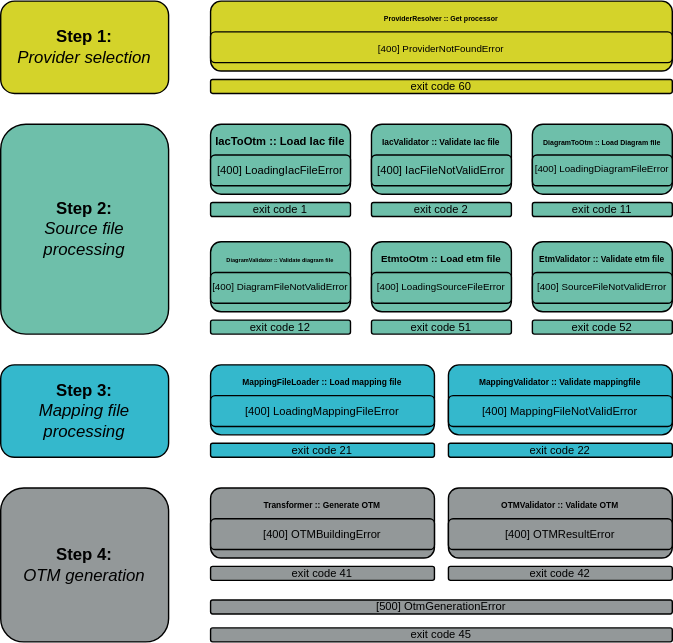
iriusrisk/startleft keeps this draw.io diagram as docs/development/img/conversion-steps.svg. Above is the earlier version. Source tidied: cells renumbered, new cells last; positions are measured from the earlier drawing's top-left corner, leaving out a move shared by most shapes.
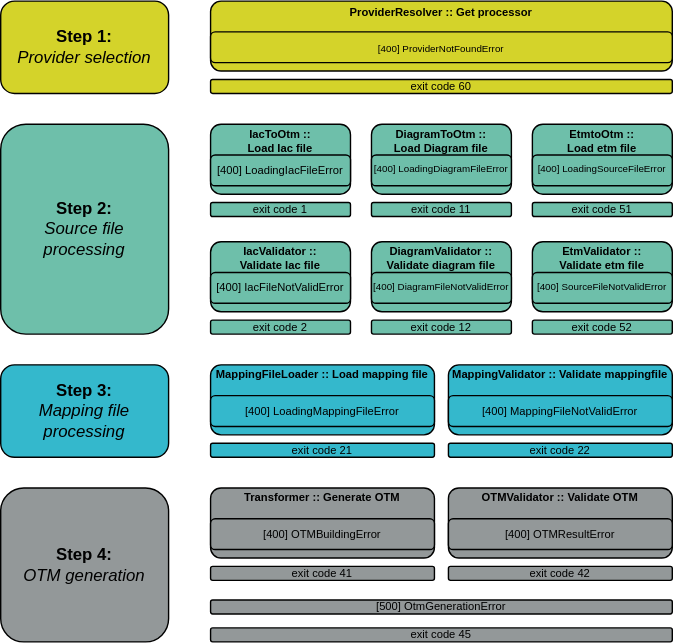
Later version of the same file.

The edit, as a diff of the source:
```diff
@@ -14,61 +14,61 @@
     <mxCell id="5" value="&lt;b style=&quot;border-color: var(--border-color); color: rgb(0, 0, 0); font-family: Helvetica; font-size: 12px; font-style: normal; font-variant-ligatures: normal; font-variant-caps: normal; letter-spacing: normal; orphans: 2; text-align: center; text-indent: 0px; text-transform: none; widows: 2; word-spacing: 0px; -webkit-text-stroke-width: 0px; text-decoration-thickness: initial; text-decoration-style: initial; text-decoration-color: initial;&quot;&gt;Step 4:&lt;/b&gt;&lt;br style=&quot;border-color: var(--border-color); color: rgb(0, 0, 0); font-family: Helvetica; font-size: 12px; font-style: normal; font-variant-ligatures: normal; font-variant-caps: normal; font-weight: 400; letter-spacing: normal; orphans: 2; text-align: center; text-indent: 0px; text-transform: none; widows: 2; word-spacing: 0px; -webkit-text-stroke-width: 0px; text-decoration-thickness: initial; text-decoration-style: initial; text-decoration-color: initial;&quot;&gt;&lt;i style=&quot;border-color: var(--border-color); color: rgb(0, 0, 0); font-family: Helvetica; font-size: 12px; font-variant-ligatures: normal; font-variant-caps: normal; font-weight: 400; letter-spacing: normal; orphans: 2; text-align: center; text-indent: 0px; text-transform: none; widows: 2; word-spacing: 0px; -webkit-text-stroke-width: 0px; text-decoration-thickness: initial; text-decoration-style: initial; text-decoration-color: initial;&quot;&gt;OTM generation&lt;/i&gt;" style="rounded=1;whiteSpace=wrap;html=1;fillColor=#939899;labelBackgroundColor=none;" parent="1" vertex="1">
       <mxGeometry y="348" width="120" height="110" as="geometry" />
     </mxCell>
-    <mxCell id="6" value="&lt;font style=&quot;font-size: 5px;&quot;&gt;&lt;b&gt;ProviderResolver&amp;nbsp;:: Get processor&lt;br&gt;&lt;br&gt;&lt;br&gt;&lt;/b&gt;&lt;/font&gt;" style="rounded=1;whiteSpace=wrap;html=1;fillColor=#D4D32A;" parent="1" vertex="1">
+    <mxCell id="6" value="&lt;font style=&quot;font-size: 8px;&quot;&gt;&lt;b style=&quot;font-size: 8px;&quot;&gt;ProviderResolver&amp;nbsp;:: Get processor&lt;br style=&quot;font-size: 8px;&quot;&gt;&lt;/b&gt;&lt;/font&gt;" style="rounded=1;whiteSpace=wrap;html=1;fillColor=#D4D32A;verticalAlign=top;spacing=-1;fontSize=8;" parent="1" vertex="1">
       <mxGeometry x="150" width="330" height="50" as="geometry" />
     </mxCell>
-    <mxCell id="7" value="&lt;font style=&quot;font-size: 7px;&quot;&gt;[400] ProviderNotFoundError&lt;br&gt;&lt;/font&gt;" style="rounded=1;whiteSpace=wrap;html=1;fillColor=#D4D32A;" parent="1" vertex="1">
+    <mxCell id="7" value="&lt;font style=&quot;font-size: 7px;&quot;&gt;[400] ProviderNotFoundError&lt;br&gt;&lt;/font&gt;" style="rounded=1;whiteSpace=wrap;html=1;fillColor=#D4D32A;spacing=0;" parent="1" vertex="1">
       <mxGeometry x="150" y="22" width="330" height="22" as="geometry" />
     </mxCell>
     <mxCell id="8" value="&lt;font style=&quot;font-size: 8px;&quot;&gt;exit code 1&lt;/font&gt;" style="rounded=1;whiteSpace=wrap;html=1;verticalAlign=middle;labelPosition=center;verticalLabelPosition=middle;align=center;horizontal=1;fontSize=8;fillColor=#6EBFAA;flipH=1;" parent="1" vertex="1">
       <mxGeometry x="150" y="144" width="100" height="10" as="geometry" />
     </mxCell>
-    <mxCell id="9" value="&lt;font style=&quot;font-size: 8px;&quot;&gt;&lt;b&gt;IacToOtm :: Load Iac file&lt;br&gt;&lt;br&gt;&lt;br&gt;&lt;/b&gt;&lt;/font&gt;" style="rounded=1;whiteSpace=wrap;html=1;fillColor=#6EBFAA;flipH=1;" parent="1" vertex="1">
+    <mxCell id="9" value="&lt;font style=&quot;font-size: 8px;&quot;&gt;&lt;b style=&quot;font-size: 8px;&quot;&gt;IacToOtm :: &lt;br&gt;Load Iac file&lt;br style=&quot;font-size: 8px;&quot;&gt;&lt;/b&gt;&lt;/font&gt;" style="rounded=1;whiteSpace=wrap;html=1;fillColor=#6EBFAA;flipH=1;verticalAlign=top;fontSize=8;spacing=-2;" parent="1" vertex="1">
       <mxGeometry x="150" y="88" width="100" height="50" as="geometry" />
     </mxCell>
     <mxCell id="10" value="&lt;font style=&quot;font-size: 8px;&quot;&gt;[400] LoadingIacFileError&lt;br style=&quot;font-size: 8px;&quot;&gt;&lt;/font&gt;" style="rounded=1;whiteSpace=wrap;html=1;fontSize=8;fillColor=#6EBFAA;flipH=1;" parent="1" vertex="1">
       <mxGeometry x="150" y="110" width="100" height="22" as="geometry" />
     </mxCell>
     <mxCell id="11" value="&lt;font style=&quot;font-size: 8px;&quot;&gt;exit code 2&lt;/font&gt;" style="rounded=1;whiteSpace=wrap;html=1;verticalAlign=middle;labelPosition=center;verticalLabelPosition=middle;align=center;horizontal=1;fontSize=8;fillColor=#6EBFAA;flipH=1;" parent="1" vertex="1">
-      <mxGeometry x="265" y="144" width="100" height="10" as="geometry" />
+      <mxGeometry x="150" y="228" width="100" height="10" as="geometry" />
     </mxCell>
-    <mxCell id="12" value="&lt;font style=&quot;font-size: 6px;&quot;&gt;&lt;b&gt;IacValidator :: Validate Iac file&lt;br&gt;&lt;br&gt;&lt;br&gt;&lt;/b&gt;&lt;/font&gt;" style="rounded=1;whiteSpace=wrap;html=1;fillColor=#6EBFAA;flipH=1;" parent="1" vertex="1">
-      <mxGeometry x="265" y="88" width="100" height="50" as="geometry" />
+    <mxCell id="12" value="&lt;font style=&quot;font-size: 8px;&quot;&gt;&lt;b style=&quot;font-size: 8px;&quot;&gt;IacValidator :: &lt;br&gt;Validate Iac file&lt;br style=&quot;font-size: 8px;&quot;&gt;&lt;/b&gt;&lt;/font&gt;" style="rounded=1;whiteSpace=wrap;html=1;fillColor=#6EBFAA;flipH=1;fontSize=8;verticalAlign=top;spacing=-2;" parent="1" vertex="1">
+      <mxGeometry x="150" y="172" width="100" height="50" as="geometry" />
     </mxCell>
     <mxCell id="13" value="&lt;font style=&quot;font-size: 8px;&quot;&gt;[400] IacFileNotValidError&lt;br style=&quot;font-size: 8px;&quot;&gt;&lt;/font&gt;" style="rounded=1;whiteSpace=wrap;html=1;fontSize=8;fillColor=#6EBFAA;flipH=1;" parent="1" vertex="1">
-      <mxGeometry x="265" y="110" width="100" height="22" as="geometry" />
+      <mxGeometry x="150" y="194" width="100" height="22" as="geometry" />
     </mxCell>
-    <mxCell id="14" value="&lt;font style=&quot;font-size: 5px;&quot;&gt;&lt;b&gt;DiagramToOtm :: Load Diagram file&lt;br&gt;&lt;br&gt;&lt;br&gt;&lt;/b&gt;&lt;/font&gt;" style="rounded=1;whiteSpace=wrap;html=1;fillColor=#6EBFAA;flipH=1;" parent="1" vertex="1">
-      <mxGeometry x="380" y="88" width="100" height="50" as="geometry" />
+    <mxCell id="14" value="&lt;font style=&quot;font-size: 8px;&quot;&gt;&lt;b style=&quot;font-size: 8px;&quot;&gt;DiagramToOtm :: &lt;br&gt;Load Diagram file&lt;br style=&quot;font-size: 8px;&quot;&gt;&lt;/b&gt;&lt;/font&gt;" style="rounded=1;whiteSpace=wrap;html=1;fillColor=#6EBFAA;flipH=1;fontSize=8;verticalAlign=top;spacing=-2;" parent="1" vertex="1">
+      <mxGeometry x="265" y="88" width="100" height="50" as="geometry" />
     </mxCell>
     <mxCell id="15" value="&lt;font style=&quot;font-size: 7px;&quot;&gt;[400] LoadingDiagramFileError&lt;br style=&quot;font-size: 7px;&quot;&gt;&lt;/font&gt;" style="rounded=1;whiteSpace=wrap;html=1;fontSize=7;fillColor=#6EBFAA;flipH=1;" parent="1" vertex="1">
-      <mxGeometry x="380" y="110" width="100" height="22" as="geometry" />
+      <mxGeometry x="265" y="110" width="100" height="22" as="geometry" />
     </mxCell>
-    <mxCell id="16" value="&lt;font style=&quot;font-size: 4px;&quot;&gt;&lt;b&gt;DiagramValidator :: Validate diagram file&lt;br&gt;&lt;br&gt;&lt;br&gt;&lt;/b&gt;&lt;/font&gt;" style="rounded=1;whiteSpace=wrap;html=1;fillColor=#6EBFAA;flipH=1;" parent="1" vertex="1">
-      <mxGeometry x="150" y="172" width="100" height="50" as="geometry" />
+    <mxCell id="16" value="&lt;font style=&quot;font-size: 8px;&quot;&gt;&lt;b style=&quot;font-size: 8px;&quot;&gt;DiagramValidator ::&lt;br&gt;Validate diagram file&lt;br style=&quot;font-size: 8px;&quot;&gt;&lt;/b&gt;&lt;/font&gt;" style="rounded=1;whiteSpace=wrap;html=1;fillColor=#6EBFAA;flipH=1;fontSize=8;verticalAlign=top;spacing=-2;" parent="1" vertex="1">
+      <mxGeometry x="265" y="172" width="100" height="50" as="geometry" />
     </mxCell>
     <mxCell id="17" value="&lt;font style=&quot;font-size: 7px;&quot;&gt;[400] DiagramFileNotValidError&lt;br style=&quot;font-size: 7px;&quot;&gt;&lt;/font&gt;" style="rounded=1;whiteSpace=wrap;html=1;fontSize=7;fillColor=#6EBFAA;flipH=1;" parent="1" vertex="1">
-      <mxGeometry x="150" y="194" width="100" height="22" as="geometry" />
+      <mxGeometry x="265" y="194" width="100" height="22" as="geometry" />
     </mxCell>
     <mxCell id="18" value="&lt;font style=&quot;font-size: 8px;&quot;&gt;exit code 11&lt;/font&gt;" style="rounded=1;whiteSpace=wrap;html=1;verticalAlign=middle;labelPosition=center;verticalLabelPosition=middle;align=center;horizontal=1;fontSize=8;fillColor=#6EBFAA;flipH=1;" parent="1" vertex="1">
-      <mxGeometry x="380" y="144" width="100" height="10" as="geometry" />
+      <mxGeometry x="265" y="144" width="100" height="10" as="geometry" />
     </mxCell>
     <mxCell id="19" value="&lt;font style=&quot;font-size: 8px;&quot;&gt;exit code 12&lt;/font&gt;" style="rounded=1;whiteSpace=wrap;html=1;verticalAlign=middle;labelPosition=center;verticalLabelPosition=middle;align=center;horizontal=1;fontSize=8;fillColor=#6EBFAA;flipH=1;" parent="1" vertex="1">
-      <mxGeometry x="150" y="228" width="100" height="10" as="geometry" />
+      <mxGeometry x="265" y="228" width="100" height="10" as="geometry" />
     </mxCell>
     <mxCell id="20" value="&lt;font style=&quot;font-size: 8px;&quot;&gt;exit code 51&lt;/font&gt;" style="rounded=1;whiteSpace=wrap;html=1;verticalAlign=middle;labelPosition=center;verticalLabelPosition=middle;align=center;horizontal=1;fontSize=8;fillColor=#6EBFAA;flipH=1;" parent="1" vertex="1">
-      <mxGeometry x="265" y="228" width="100" height="10" as="geometry" />
+      <mxGeometry x="380" y="144" width="100" height="10" as="geometry" />
     </mxCell>
     <mxCell id="21" value="&lt;font style=&quot;font-size: 8px;&quot;&gt;exit code 52&lt;/font&gt;" style="rounded=1;whiteSpace=wrap;html=1;verticalAlign=middle;labelPosition=center;verticalLabelPosition=middle;align=center;horizontal=1;fontSize=8;fillColor=#6EBFAA;flipH=1;" parent="1" vertex="1">
       <mxGeometry x="380" y="228" width="100" height="10" as="geometry" />
     </mxCell>
-    <mxCell id="22" value="&lt;font style=&quot;font-size: 7px;&quot;&gt;&lt;b&gt;EtmtoOtm :: Load etm file&lt;br&gt;&lt;br&gt;&lt;br&gt;&lt;/b&gt;&lt;/font&gt;" style="rounded=1;whiteSpace=wrap;html=1;fillColor=#6EBFAA;flipH=1;" parent="1" vertex="1">
-      <mxGeometry x="265" y="172" width="100" height="50" as="geometry" />
+    <mxCell id="22" value="&lt;font style=&quot;font-size: 8px;&quot;&gt;&lt;b style=&quot;font-size: 8px;&quot;&gt;EtmtoOtm :: &lt;br&gt;Load etm file&lt;br style=&quot;font-size: 8px;&quot;&gt;&lt;br style=&quot;font-size: 8px;&quot;&gt;&lt;br style=&quot;font-size: 8px;&quot;&gt;&lt;/b&gt;&lt;/font&gt;" style="rounded=1;whiteSpace=wrap;html=1;fillColor=#6EBFAA;flipH=1;fontSize=8;verticalAlign=top;spacing=-2;" parent="1" vertex="1">
+      <mxGeometry x="380" y="88" width="100" height="50" as="geometry" />
     </mxCell>
     <mxCell id="23" value="&lt;font style=&quot;font-size: 7px;&quot;&gt;[400] LoadingSourceFileError&lt;br style=&quot;font-size: 7px;&quot;&gt;&lt;/font&gt;" style="rounded=1;whiteSpace=wrap;html=1;fontSize=7;fillColor=#6EBFAA;flipH=1;" parent="1" vertex="1">
-      <mxGeometry x="265" y="194" width="100" height="22" as="geometry" />
+      <mxGeometry x="380" y="110" width="100" height="22" as="geometry" />
     </mxCell>
-    <mxCell id="24" value="&lt;font style=&quot;font-size: 6px;&quot;&gt;&lt;b&gt;EtmValidator :: Validate etm file&lt;br&gt;&lt;br&gt;&lt;br&gt;&lt;/b&gt;&lt;/font&gt;" style="rounded=1;whiteSpace=wrap;html=1;fillColor=#6EBFAA;flipH=1;" parent="1" vertex="1">
+    <mxCell id="24" value="&lt;font style=&quot;font-size: 8px;&quot;&gt;&lt;b style=&quot;font-size: 8px;&quot;&gt;EtmValidator :: &lt;br&gt;Validate etm file&lt;br style=&quot;font-size: 8px;&quot;&gt;&lt;/b&gt;&lt;/font&gt;" style="rounded=1;whiteSpace=wrap;html=1;fillColor=#6EBFAA;flipH=1;fontSize=8;verticalAlign=top;spacing=-2;" parent="1" vertex="1">
       <mxGeometry x="380" y="172" width="100" height="50" as="geometry" />
     </mxCell>
     <mxCell id="25" value="&lt;font style=&quot;font-size: 7px;&quot;&gt;[400]&amp;nbsp;&lt;/font&gt;SourceFileNotValidError" style="rounded=1;whiteSpace=wrap;html=1;fontSize=7;fillColor=#6EBFAA;flipH=1;" parent="1" vertex="1">
@@ -80,7 +80,7 @@
     <mxCell id="27" value="&lt;font style=&quot;font-size: 8px;&quot;&gt;exit code 22&lt;/font&gt;" style="rounded=1;whiteSpace=wrap;html=1;verticalAlign=middle;labelPosition=center;verticalLabelPosition=middle;align=center;horizontal=1;fontSize=8;fillColor=#34B8CC;labelBackgroundColor=none;" parent="1" vertex="1">
       <mxGeometry x="320" y="316" width="160" height="10" as="geometry" />
     </mxCell>
-    <mxCell id="28" value="&lt;font style=&quot;font-size: 6px;&quot;&gt;&lt;b&gt;MappingValidator :: Validate mappingfile&lt;br&gt;&lt;br&gt;&lt;br&gt;&lt;/b&gt;&lt;/font&gt;" style="rounded=1;whiteSpace=wrap;html=1;fillColor=#34B8CC;labelBackgroundColor=none;" parent="1" vertex="1">
+    <mxCell id="28" value="&lt;font style=&quot;font-size: 8px;&quot;&gt;&lt;b style=&quot;font-size: 8px;&quot;&gt;MappingValidator :: Validate mappingfile&lt;br style=&quot;font-size: 8px;&quot;&gt;&lt;br style=&quot;font-size: 8px;&quot;&gt;&lt;br style=&quot;font-size: 8px;&quot;&gt;&lt;/b&gt;&lt;/font&gt;" style="rounded=1;whiteSpace=wrap;html=1;fillColor=#34B8CC;labelBackgroundColor=none;fontSize=8;verticalAlign=top;spacing=-2;" parent="1" vertex="1">
       <mxGeometry x="320" y="260" width="160" height="50" as="geometry" />
     </mxCell>
     <mxCell id="29" value="&lt;font style=&quot;font-size: 8px;&quot;&gt;[400] MappingFileNotValidError&lt;br style=&quot;font-size: 8px;&quot;&gt;&lt;/font&gt;" style="rounded=1;whiteSpace=wrap;html=1;fontSize=8;fillColor=#34B8CC;labelBackgroundColor=none;" parent="1" vertex="1">
@@ -89,7 +89,7 @@
     <mxCell id="30" value="&lt;font style=&quot;font-size: 8px;&quot;&gt;exit code 21&lt;/font&gt;" style="rounded=1;whiteSpace=wrap;html=1;verticalAlign=middle;labelPosition=center;verticalLabelPosition=middle;align=center;horizontal=1;fontSize=8;fillColor=#34B8CC;labelBackgroundColor=none;" parent="1" vertex="1">
       <mxGeometry x="150" y="316" width="160" height="10" as="geometry" />
     </mxCell>
-    <mxCell id="31" value="&lt;font style=&quot;font-size: 6px;&quot;&gt;&lt;b&gt;MappingFileLoader :: Load mapping file&lt;br&gt;&lt;br&gt;&lt;br&gt;&lt;/b&gt;&lt;/font&gt;" style="rounded=1;whiteSpace=wrap;html=1;fillColor=#34B8CC;labelBackgroundColor=none;" parent="1" vertex="1">
+    <mxCell id="31" value="&lt;font style=&quot;font-size: 8px;&quot;&gt;&lt;b style=&quot;font-size: 8px;&quot;&gt;MappingFileLoader :: Load mapping file&lt;br style=&quot;font-size: 8px;&quot;&gt;&lt;br style=&quot;font-size: 8px;&quot;&gt;&lt;br style=&quot;font-size: 8px;&quot;&gt;&lt;/b&gt;&lt;/font&gt;" style="rounded=1;whiteSpace=wrap;html=1;fillColor=#34B8CC;labelBackgroundColor=none;fontSize=8;verticalAlign=top;spacing=-2;" parent="1" vertex="1">
       <mxGeometry x="150" y="260" width="160" height="50" as="geometry" />
     </mxCell>
     <mxCell id="32" value="&lt;font style=&quot;font-size: 8px;&quot;&gt;[400] LoadingMappingFileError&lt;br style=&quot;font-size: 8px;&quot;&gt;&lt;/font&gt;" style="rounded=1;whiteSpace=wrap;html=1;fontSize=8;fillColor=#34B8CC;labelBackgroundColor=none;" parent="1" vertex="1">
@@ -98,7 +98,7 @@
     <mxCell id="33" value="&lt;font style=&quot;font-size: 8px;&quot;&gt;exit code 41&lt;/font&gt;" style="rounded=1;whiteSpace=wrap;html=1;verticalAlign=middle;labelPosition=center;verticalLabelPosition=middle;align=center;horizontal=1;fontSize=8;fillColor=#939899;" parent="1" vertex="1">
       <mxGeometry x="150" y="404" width="160" height="10" as="geometry" />
     </mxCell>
-    <mxCell id="34" value="&lt;font style=&quot;font-size: 6px;&quot;&gt;&lt;b&gt;Transformer :: Generate OTM&lt;br&gt;&lt;br&gt;&lt;br&gt;&lt;/b&gt;&lt;/font&gt;" style="rounded=1;whiteSpace=wrap;html=1;fillColor=#939899;" parent="1" vertex="1">
+    <mxCell id="34" value="&lt;font style=&quot;font-size: 8px;&quot;&gt;&lt;b style=&quot;font-size: 8px;&quot;&gt;Transformer :: Generate OTM&lt;br style=&quot;font-size: 8px;&quot;&gt;&lt;br style=&quot;font-size: 8px;&quot;&gt;&lt;br style=&quot;font-size: 8px;&quot;&gt;&lt;/b&gt;&lt;/font&gt;" style="rounded=1;whiteSpace=wrap;html=1;fillColor=#939899;fontSize=8;verticalAlign=top;spacing=-2;" parent="1" vertex="1">
       <mxGeometry x="150" y="348" width="160" height="50" as="geometry" />
     </mxCell>
     <mxCell id="35" value="&lt;font style=&quot;font-size: 8px;&quot;&gt;[400] OTMBuildingError&lt;br style=&quot;font-size: 8px;&quot;&gt;&lt;/font&gt;" style="rounded=1;whiteSpace=wrap;html=1;fontSize=8;fillColor=#939899;" parent="1" vertex="1">
@@ -107,7 +107,7 @@
     <mxCell id="36" value="&lt;font style=&quot;font-size: 8px;&quot;&gt;exit code 42&lt;/font&gt;" style="rounded=1;whiteSpace=wrap;html=1;verticalAlign=middle;labelPosition=center;verticalLabelPosition=middle;align=center;horizontal=1;fontSize=8;fillColor=#939899;" parent="1" vertex="1">
       <mxGeometry x="320" y="404" width="160" height="10" as="geometry" />
     </mxCell>
-    <mxCell id="37" value="&lt;font style=&quot;font-size: 6px;&quot;&gt;&lt;b&gt;OTMValidator :: Validate OTM&lt;br&gt;&lt;br&gt;&lt;br&gt;&lt;/b&gt;&lt;/font&gt;" style="rounded=1;whiteSpace=wrap;html=1;fillColor=#939899;" parent="1" vertex="1">
+    <mxCell id="37" value="&lt;font style=&quot;font-size: 8px;&quot;&gt;&lt;b style=&quot;font-size: 8px;&quot;&gt;OTMValidator :: Validate OTM&lt;br style=&quot;font-size: 8px;&quot;&gt;&lt;br style=&quot;font-size: 8px;&quot;&gt;&lt;br style=&quot;font-size: 8px;&quot;&gt;&lt;/b&gt;&lt;/font&gt;" style="rounded=1;whiteSpace=wrap;html=1;fillColor=#939899;fontSize=8;verticalAlign=top;spacing=-2;" parent="1" vertex="1">
       <mxGeometry x="320" y="348" width="160" height="50" as="geometry" />
     </mxCell>
     <mxCell id="38" value="&lt;font style=&quot;font-size: 8px;&quot;&gt;[400] OTMResultError&lt;br style=&quot;font-size: 8px;&quot;&gt;&lt;/font&gt;" style="rounded=1;whiteSpace=wrap;html=1;fontSize=8;fillColor=#939899;" parent="1" vertex="1">
```
